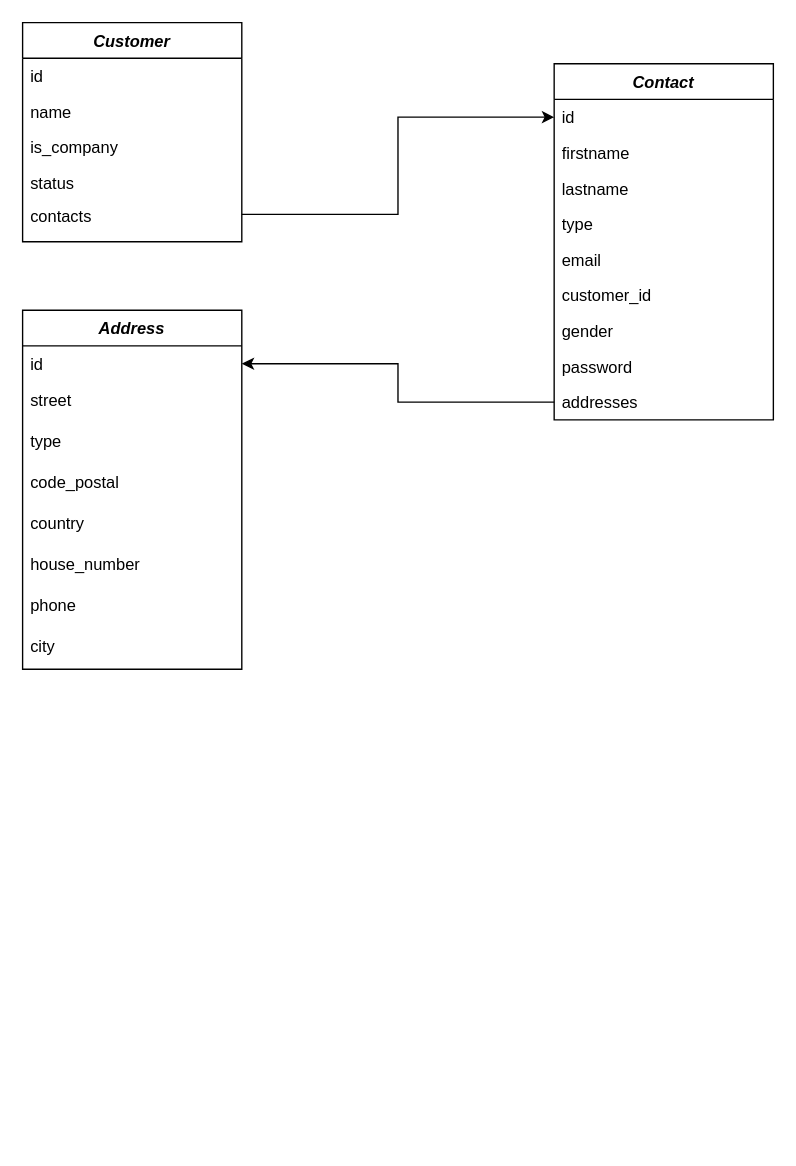
The draw.io diagram mini-crm.drawio in ylahssini/dx-blog, before the edit. Source tidied: cells renumbered, new cells numbered last; positions are measured from the earlier drawing's top-left corner, leaving out a move shared by most shapes. Both pictures are drawn from the tidied source at 137%, with x=0, y=0 at pixel (22, 22).
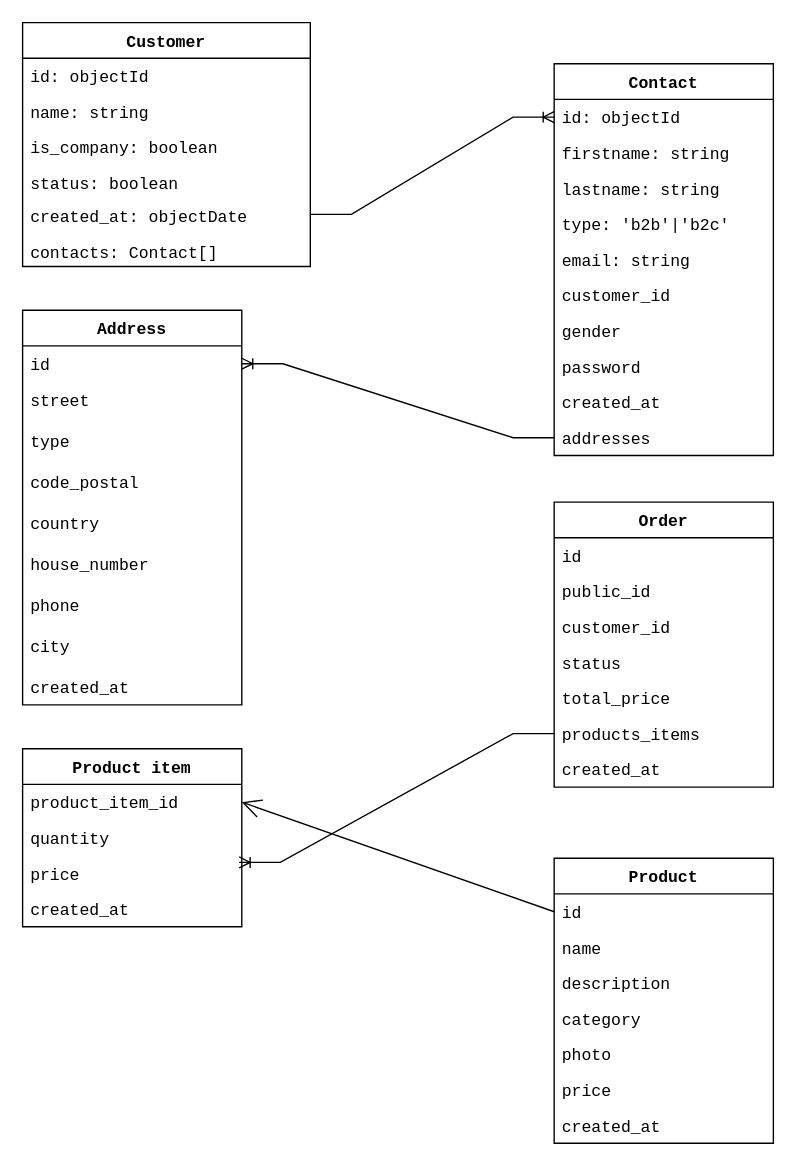
The same diagram, later.

Diff of the diagram source:
```diff
@@
-    <mxCell id="2" value="Customer" style="swimlane;fontStyle=3;align=center;verticalAlign=top;horizontal=1;startSize=26;rounded=0;shadow=0;strokeWidth=1;" parent="1" vertex="1">
-      <mxGeometry width="160" height="160" as="geometry" />
+    <mxCell id="2" value="Customer" style="swimlane;fontStyle=1;align=center;verticalAlign=top;horizontal=1;startSize=26;rounded=0;shadow=0;strokeWidth=1;fontFamily=Courier New;" parent="1" vertex="1">
+      <mxGeometry width="210" height="178" as="geometry" />
     </mxCell>
-    <mxCell id="3" value="id" style="text;align=left;verticalAlign=top;spacingLeft=4;spacingRight=4;overflow=hidden;" parent="2" vertex="1">
-      <mxGeometry y="26" width="160" height="26" as="geometry" />
+    <mxCell id="3" value="id: objectId" style="text;align=left;verticalAlign=top;spacingLeft=4;spacingRight=4;overflow=hidden;fontFamily=Courier New;" parent="2" vertex="1">
+      <mxGeometry y="26" width="210" height="26" as="geometry" />
     </mxCell>
-    <mxCell id="4" value="name" style="text;align=left;verticalAlign=top;spacingLeft=4;spacingRight=4;overflow=hidden;rounded=0;shadow=0;html=0;" parent="2" vertex="1">
-      <mxGeometry y="52" width="160" height="26" as="geometry" />
+    <mxCell id="4" value="name: string" style="text;align=left;verticalAlign=top;spacingLeft=4;spacingRight=4;overflow=hidden;rounded=0;shadow=0;html=0;fontFamily=Courier New;" parent="2" vertex="1">
+      <mxGeometry y="52" width="210" height="26" as="geometry" />
     </mxCell>
-    <mxCell id="5" value="is_company" style="text;align=left;verticalAlign=top;spacingLeft=4;spacingRight=4;overflow=hidden;rounded=0;shadow=0;html=0;" parent="2" vertex="1">
-      <mxGeometry y="78" width="160" height="26" as="geometry" />
+    <mxCell id="5" value="is_company: boolean" style="text;align=left;verticalAlign=top;spacingLeft=4;spacingRight=4;overflow=hidden;rounded=0;shadow=0;html=0;fontFamily=Courier New;" parent="2" vertex="1">
+      <mxGeometry y="78" width="210" height="26" as="geometry" />
     </mxCell>
-    <mxCell id="6" value="status" style="text;align=left;verticalAlign=top;spacingLeft=4;spacingRight=4;overflow=hidden;rounded=0;shadow=0;html=0;" parent="2" vertex="1">
-      <mxGeometry y="104" width="160" height="24" as="geometry" />
+    <mxCell id="6" value="status: boolean" style="text;align=left;verticalAlign=top;spacingLeft=4;spacingRight=4;overflow=hidden;rounded=0;shadow=0;html=0;fontFamily=Courier New;" parent="2" vertex="1">
+      <mxGeometry y="104" width="210" height="24" as="geometry" />
     </mxCell>
+    <mxCell id="29" value="created_at: objectDate" style="text;strokeColor=none;fillColor=none;align=left;verticalAlign=top;spacingLeft=4;spacingRight=4;overflow=hidden;fontFamily=Courier New;" parent="2" vertex="1">
+      <mxGeometry y="128" width="210" height="26" as="geometry" />
+    </mxCell>
-    <mxCell id="7" value="contacts" style="text;align=left;verticalAlign=top;spacingLeft=4;spacingRight=4;overflow=hidden;points=[[0,0.5],[1,0.5]];portConstraint=eastwest;rounded=0;shadow=0;html=0;" parent="2" vertex="1">
-      <mxGeometry y="128" width="160" height="24" as="geometry" />
+    <mxCell id="7" value="contacts: Contact[]" style="text;align=left;verticalAlign=top;spacingLeft=4;spacingRight=4;overflow=hidden;points=[[0,0.5],[1,0.5]];portConstraint=eastwest;rounded=0;shadow=0;html=0;fontFamily=Courier New;" parent="2" vertex="1">
+      <mxGeometry y="154" width="210" height="24" as="geometry" />
     </mxCell>
-    <mxCell id="8" value="Contact" style="swimlane;fontStyle=3;align=center;verticalAlign=top;horizontal=1;startSize=26;rounded=0;shadow=0;strokeWidth=1;" parent="1" vertex="1">
-      <mxGeometry x="388" y="30" width="160" height="260" as="geometry" />
+    <mxCell id="8" value="Contact" style="swimlane;fontStyle=1;align=center;verticalAlign=top;horizontal=1;startSize=26;rounded=0;shadow=0;strokeWidth=1;fontFamily=Courier New;" parent="1" vertex="1">
+      <mxGeometry x="388" y="30" width="160" height="286" as="geometry" />
     </mxCell>
-    <mxCell id="9" value="id" style="text;align=left;verticalAlign=top;spacingLeft=4;spacingRight=4;overflow=hidden;points=[[0,0.5],[1,0.5]];portConstraint=eastwest;" parent="8" vertex="1">
+    <mxCell id="9" value="id: objectId" style="text;align=left;verticalAlign=top;spacingLeft=4;spacingRight=4;overflow=hidden;points=[[0,0.5],[1,0.5]];portConstraint=eastwest;fontFamily=Courier New;" parent="8" vertex="1">
       <mxGeometry y="26" width="160" height="26" as="geometry" />
     </mxCell>
-    <mxCell id="10" value="firstname" style="text;align=left;verticalAlign=top;spacingLeft=4;spacingRight=4;overflow=hidden;" parent="8" vertex="1">
+    <mxCell id="10" value="firstname: string" style="text;align=left;verticalAlign=top;spacingLeft=4;spacingRight=4;overflow=hidden;fontFamily=Courier New;" parent="8" vertex="1">
       <mxGeometry y="52" width="160" height="26" as="geometry" />
     </mxCell>
-    <mxCell id="11" value="lastname" style="text;align=left;verticalAlign=top;spacingLeft=4;spacingRight=4;overflow=hidden;rounded=0;shadow=0;html=0;" parent="8" vertex="1">
+    <mxCell id="11" value="lastname: string" style="text;align=left;verticalAlign=top;spacingLeft=4;spacingRight=4;overflow=hidden;rounded=0;shadow=0;html=0;fontFamily=Courier New;" parent="8" vertex="1">
       <mxGeometry y="78" width="160" height="26" as="geometry" />
     </mxCell>
-    <mxCell id="12" value="type" style="text;align=left;verticalAlign=top;spacingLeft=4;spacingRight=4;overflow=hidden;rounded=0;shadow=0;html=0;" parent="8" vertex="1">
+    <mxCell id="12" value="type: 'b2b'|'b2c'" style="text;align=left;verticalAlign=top;spacingLeft=4;spacingRight=4;overflow=hidden;rounded=0;shadow=0;html=0;fontFamily=Courier New;" parent="8" vertex="1">
       <mxGeometry y="104" width="160" height="26" as="geometry" />
     </mxCell>
-    <mxCell id="13" value="email" style="text;align=left;verticalAlign=top;spacingLeft=4;spacingRight=4;overflow=hidden;rounded=0;shadow=0;html=0;" parent="8" vertex="1">
+    <mxCell id="13" value="email: string" style="text;align=left;verticalAlign=top;spacingLeft=4;spacingRight=4;overflow=hidden;rounded=0;shadow=0;html=0;fontFamily=Courier New;" parent="8" vertex="1">
       <mxGeometry y="130" width="160" height="26" as="geometry" />
     </mxCell>
-    <mxCell id="14" value="customer_id" style="text;align=left;verticalAlign=top;spacingLeft=4;spacingRight=4;overflow=hidden;rounded=0;shadow=0;html=0;" parent="8" vertex="1">
+    <mxCell id="14" value="customer_id" style="text;align=left;verticalAlign=top;spacingLeft=4;spacingRight=4;overflow=hidden;rounded=0;shadow=0;html=0;fontFamily=Courier New;" parent="8" vertex="1">
       <mxGeometry y="156" width="160" height="26" as="geometry" />
     </mxCell>
-    <mxCell id="15" value="gender" style="text;align=left;verticalAlign=top;spacingLeft=4;spacingRight=4;overflow=hidden;rounded=0;shadow=0;html=0;" parent="8" vertex="1">
+    <mxCell id="15" value="gender" style="text;align=left;verticalAlign=top;spacingLeft=4;spacingRight=4;overflow=hidden;rounded=0;shadow=0;html=0;fontFamily=Courier New;" parent="8" vertex="1">
       <mxGeometry y="182" width="160" height="26" as="geometry" />
     </mxCell>
-    <mxCell id="16" value="password" style="text;align=left;verticalAlign=top;spacingLeft=4;spacingRight=4;overflow=hidden;rounded=0;shadow=0;html=0;" parent="8" vertex="1">
+    <mxCell id="16" value="password" style="text;align=left;verticalAlign=top;spacingLeft=4;spacingRight=4;overflow=hidden;rounded=0;shadow=0;html=0;fontFamily=Courier New;" parent="8" vertex="1">
       <mxGeometry y="208" width="160" height="26" as="geometry" />
     </mxCell>
+    <mxCell id="30" value="created_at" style="text;strokeColor=none;fillColor=none;align=left;verticalAlign=top;spacingLeft=4;spacingRight=4;overflow=hidden;fontFamily=Courier New;" parent="8" vertex="1">
+      <mxGeometry y="234" width="160" height="26" as="geometry" />
+    </mxCell>
-    <mxCell id="17" value="addresses" style="text;align=left;verticalAlign=top;spacingLeft=4;spacingRight=4;overflow=hidden;points=[[0,0.5],[1,0.5]];portConstraint=eastwest;" parent="8" vertex="1">
-      <mxGeometry y="234" width="160" height="26" as="geometry" />
+    <mxCell id="17" value="addresses" style="text;align=left;verticalAlign=top;spacingLeft=4;spacingRight=4;overflow=hidden;points=[[0,0.5],[1,0.5]];portConstraint=eastwest;fontFamily=Courier New;" parent="8" vertex="1">
+      <mxGeometry y="260" width="160" height="26" as="geometry" />
     </mxCell>
-    <mxCell id="18" value="Address" style="swimlane;fontStyle=3;align=center;verticalAlign=top;horizontal=1;startSize=26;" parent="1" vertex="1">
-      <mxGeometry y="210" width="160" height="262" as="geometry" />
+    <mxCell id="18" value="Address" style="swimlane;fontStyle=1;align=center;verticalAlign=top;horizontal=1;startSize=26;fontFamily=Courier New;" parent="1" vertex="1">
+      <mxGeometry y="210" width="160" height="288" as="geometry" />
     </mxCell>
-    <mxCell id="19" value="id" style="text;strokeColor=none;fillColor=none;align=left;verticalAlign=top;spacingLeft=4;spacingRight=4;overflow=hidden;points=[[0,0.5],[1,0.5]];portConstraint=eastwest;" parent="18" vertex="1">
+    <mxCell id="19" value="id" style="text;strokeColor=none;fillColor=none;align=left;verticalAlign=top;spacingLeft=4;spacingRight=4;overflow=hidden;points=[[0,0.5],[1,0.5]];portConstraint=eastwest;fontFamily=Courier New;" parent="18" vertex="1">
       <mxGeometry y="26" width="160" height="26" as="geometry" />
     </mxCell>
-    <mxCell id="20" value="street" style="text;strokeColor=none;fillColor=none;align=left;verticalAlign=top;spacingLeft=4;spacingRight=4;overflow=hidden;" parent="18" vertex="1">
+    <mxCell id="20" value="street" style="text;strokeColor=none;fillColor=none;align=left;verticalAlign=top;spacingLeft=4;spacingRight=4;overflow=hidden;fontFamily=Courier New;" parent="18" vertex="1">
       <mxGeometry y="52" width="160" height="30" as="geometry" />
     </mxCell>
-    <mxCell id="21" value="type" style="text;strokeColor=none;fillColor=none;align=left;verticalAlign=top;spacingLeft=4;spacingRight=4;overflow=hidden;" parent="18" vertex="1">
+    <mxCell id="21" value="type" style="text;strokeColor=none;fillColor=none;align=left;verticalAlign=top;spacingLeft=4;spacingRight=4;overflow=hidden;fontFamily=Courier New;" parent="18" vertex="1">
       <mxGeometry y="82" width="160" height="30" as="geometry" />
     </mxCell>
-    <mxCell id="22" value="code_postal" style="text;strokeColor=none;fillColor=none;align=left;verticalAlign=top;spacingLeft=4;spacingRight=4;overflow=hidden;" parent="18" vertex="1">
+    <mxCell id="22" value="code_postal" style="text;strokeColor=none;fillColor=none;align=left;verticalAlign=top;spacingLeft=4;spacingRight=4;overflow=hidden;fontFamily=Courier New;" parent="18" vertex="1">
       <mxGeometry y="112" width="160" height="30" as="geometry" />
     </mxCell>
-    <mxCell id="23" value="country" style="text;strokeColor=none;fillColor=none;align=left;verticalAlign=top;spacingLeft=4;spacingRight=4;overflow=hidden;" parent="18" vertex="1">
+    <mxCell id="23" value="country" style="text;strokeColor=none;fillColor=none;align=left;verticalAlign=top;spacingLeft=4;spacingRight=4;overflow=hidden;fontFamily=Courier New;" parent="18" vertex="1">
       <mxGeometry y="142" width="160" height="30" as="geometry" />
     </mxCell>
-    <mxCell id="24" value="house_number" style="text;strokeColor=none;fillColor=none;align=left;verticalAlign=top;spacingLeft=4;spacingRight=4;overflow=hidden;" parent="18" vertex="1">
+    <mxCell id="24" value="house_number" style="text;strokeColor=none;fillColor=none;align=left;verticalAlign=top;spacingLeft=4;spacingRight=4;overflow=hidden;fontFamily=Courier New;" parent="18" vertex="1">
       <mxGeometry y="172" width="160" height="30" as="geometry" />
     </mxCell>
-    <mxCell id="25" value="phone" style="text;strokeColor=none;fillColor=none;align=left;verticalAlign=top;spacingLeft=4;spacingRight=4;overflow=hidden;" parent="18" vertex="1">
+    <mxCell id="25" value="phone" style="text;strokeColor=none;fillColor=none;align=left;verticalAlign=top;spacingLeft=4;spacingRight=4;overflow=hidden;fontFamily=Courier New;" parent="18" vertex="1">
       <mxGeometry y="202" width="160" height="30" as="geometry" />
     </mxCell>
-    <mxCell id="26" value="city" style="text;strokeColor=none;fillColor=none;align=left;verticalAlign=top;spacingLeft=4;spacingRight=4;overflow=hidden;" parent="18" vertex="1">
+    <mxCell id="26" value="city" style="text;strokeColor=none;fillColor=none;align=left;verticalAlign=top;spacingLeft=4;spacingRight=4;overflow=hidden;fontFamily=Courier New;" parent="18" vertex="1">
       <mxGeometry y="232" width="160" height="30" as="geometry" />
     </mxCell>
+    <mxCell id="31" value="created_at" style="text;strokeColor=none;fillColor=none;align=left;verticalAlign=top;spacingLeft=4;spacingRight=4;overflow=hidden;fontFamily=Courier New;" parent="18" vertex="1">
+      <mxGeometry y="262" width="160" height="26" as="geometry" />
+    </mxCell>
+    <mxCell id="32" style="edgeStyle=entityRelationEdgeStyle;fontSize=12;html=1;endArrow=ERoneToMany;rounded=0;entryX=0;entryY=0.5;entryDx=0;entryDy=0;fontFamily=Courier New;" parent="1" edge="1" target="9">
+      <mxGeometry relative="1" as="geometry">
+        <mxPoint x="210" y="140" as="sourcePoint" />
+      </mxGeometry>
+    </mxCell>
-    <mxCell id="27" style="edgeStyle=orthogonalEdgeStyle;rounded=0;jettySize=auto;html=1;entryX=1;entryY=0.5;entryDx=0;entryDy=0;" parent="1" edge="1" source="17" target="19">
+    <mxCell id="27" style="edgeStyle=entityRelationEdgeStyle;fontSize=12;html=1;endArrow=ERoneToMany;rounded=0;exitX=0;exitY=0.5;exitDx=0;exitDy=0;entryX=1;entryY=0.5;entryDx=0;entryDy=0;fontFamily=Courier New;" parent="1" edge="1" source="17" target="19">
       <mxGeometry relative="1" as="geometry" />
     </mxCell>
-    <mxCell id="28" style="edgeStyle=orthogonalEdgeStyle;rounded=0;jettySize=auto;html=1;entryX=0;entryY=0.5;entryDx=0;entryDy=0;" parent="1" edge="1" source="7" target="9">
-      <mxGeometry relative="1" as="geometry" />
-    </mxCell>
+    <mxCell id="33" value="Product" style="swimlane;fontStyle=1;horizontal=1;startSize=26;fillColor=none;fontFamily=Courier New;" parent="1" vertex="1">
+      <mxGeometry x="388" y="610" width="160" height="208" as="geometry" />
+    </mxCell>
+    <mxCell id="34" value="id" style="text;strokeColor=none;fillColor=none;align=left;verticalAlign=top;spacingLeft=4;spacingRight=4;overflow=hidden;points=[[0,0.5],[1,0.5]];portConstraint=eastwest;fontFamily=Courier New;" parent="33" vertex="1">
+      <mxGeometry y="26" width="160" height="26" as="geometry" />
+    </mxCell>
+    <mxCell id="35" value="name" style="text;strokeColor=none;fillColor=none;align=left;verticalAlign=top;spacingLeft=4;spacingRight=4;overflow=hidden;fontFamily=Courier New;" parent="33" vertex="1">
+      <mxGeometry y="52" width="160" height="26" as="geometry" />
+    </mxCell>
+    <mxCell id="36" value="description" style="text;strokeColor=none;fillColor=none;align=left;verticalAlign=top;spacingLeft=4;spacingRight=4;overflow=hidden;fontFamily=Courier New;" parent="33" vertex="1">
+      <mxGeometry y="78" width="160" height="26" as="geometry" />
+    </mxCell>
+    <mxCell id="37" value="category" style="text;strokeColor=none;fillColor=none;align=left;verticalAlign=top;spacingLeft=4;spacingRight=4;overflow=hidden;fontFamily=Courier New;" parent="33" vertex="1">
+      <mxGeometry y="104" width="160" height="26" as="geometry" />
+    </mxCell>
+    <mxCell id="38" value="photo" style="text;strokeColor=none;fillColor=none;align=left;verticalAlign=top;spacingLeft=4;spacingRight=4;overflow=hidden;fontFamily=Courier New;" parent="33" vertex="1">
+      <mxGeometry y="130" width="160" height="26" as="geometry" />
+    </mxCell>
+    <mxCell id="39" value="price" style="text;strokeColor=none;fillColor=none;align=left;verticalAlign=top;spacingLeft=4;spacingRight=4;overflow=hidden;fontFamily=Courier New;" parent="33" vertex="1">
+      <mxGeometry y="156" width="160" height="26" as="geometry" />
+    </mxCell>
+    <mxCell id="40" value="created_at" style="text;strokeColor=none;fillColor=none;align=left;verticalAlign=top;spacingLeft=4;spacingRight=4;overflow=hidden;fontFamily=Courier New;" parent="33" vertex="1">
+      <mxGeometry y="182" width="160" height="26" as="geometry" />
+    </mxCell>
+    <mxCell id="41" value="Order" style="swimlane;fontStyle=1;horizontal=1;startSize=26;fillColor=none;fontFamily=Courier New;" parent="1" vertex="1">
+      <mxGeometry x="388" y="350" width="160" height="208" as="geometry" />
+    </mxCell>
+    <mxCell id="42" value="id" style="text;strokeColor=none;fillColor=none;align=left;verticalAlign=top;spacingLeft=4;spacingRight=4;overflow=hidden;fontFamily=Courier New;" parent="41" vertex="1">
+      <mxGeometry y="26" width="160" height="26" as="geometry" />
+    </mxCell>
+    <mxCell id="43" value="public_id" style="text;strokeColor=none;fillColor=none;align=left;verticalAlign=top;spacingLeft=4;spacingRight=4;overflow=hidden;fontFamily=Courier New;" parent="41" vertex="1">
+      <mxGeometry y="52" width="160" height="26" as="geometry" />
+    </mxCell>
+    <mxCell id="44" value="customer_id" style="text;strokeColor=none;fillColor=none;align=left;verticalAlign=top;spacingLeft=4;spacingRight=4;overflow=hidden;fontFamily=Courier New;" parent="41" vertex="1">
+      <mxGeometry y="78" width="160" height="26" as="geometry" />
+    </mxCell>
+    <mxCell id="45" value="status" style="text;strokeColor=none;fillColor=none;align=left;verticalAlign=top;spacingLeft=4;spacingRight=4;overflow=hidden;fontFamily=Courier New;" parent="41" vertex="1">
+      <mxGeometry y="104" width="160" height="26" as="geometry" />
+    </mxCell>
+    <mxCell id="46" value="total_price" style="text;strokeColor=none;fillColor=none;align=left;verticalAlign=top;spacingLeft=4;spacingRight=4;overflow=hidden;fontFamily=Courier New;" parent="41" vertex="1">
+      <mxGeometry y="130" width="160" height="26" as="geometry" />
+    </mxCell>
+    <mxCell id="47" value="products_items" style="text;strokeColor=none;fillColor=none;align=left;verticalAlign=top;spacingLeft=4;spacingRight=4;overflow=hidden;points=[[0,0.5],[1,0.5]];portConstraint=eastwest;fontFamily=Courier New;" parent="41" vertex="1">
+      <mxGeometry y="156" width="160" height="26" as="geometry" />
+    </mxCell>
+    <mxCell id="48" value="created_at" style="text;strokeColor=none;fillColor=none;align=left;verticalAlign=top;spacingLeft=4;spacingRight=4;overflow=hidden;fontFamily=Courier New;" parent="41" vertex="1">
+      <mxGeometry y="182" width="160" height="26" as="geometry" />
+    </mxCell>
+    <mxCell id="49" style="edgeStyle=entityRelationEdgeStyle;fontSize=12;html=1;endArrow=ERoneToMany;rounded=0;entryX=0.988;entryY=1.192;entryDx=0;entryDy=0;exitX=0;exitY=0.5;exitDx=0;exitDy=0;entryPerimeter=0;fontFamily=Courier New;" parent="1" edge="1" source="47" target="52">
+      <mxGeometry relative="1" as="geometry" />
+    </mxCell>
+    <mxCell id="50" value="Product item" style="swimlane;fontStyle=1;horizontal=1;startSize=26;fillColor=none;fontFamily=Courier New;" parent="1" vertex="1">
+      <mxGeometry y="530" width="160" height="130" as="geometry" />
+    </mxCell>
+    <mxCell id="51" value="product_item_id" style="text;strokeColor=none;fillColor=none;align=left;verticalAlign=top;spacingLeft=4;spacingRight=4;overflow=hidden;points=[[0,0.5],[1,0.5]];portConstraint=eastwest;fontFamily=Courier New;" parent="50" vertex="1">
+      <mxGeometry y="26" width="160" height="26" as="geometry" />
+    </mxCell>
+    <mxCell id="52" value="quantity" style="text;strokeColor=none;fillColor=none;align=left;verticalAlign=top;spacingLeft=4;spacingRight=4;overflow=hidden;points=[[0,0.5],[1,0.5]];portConstraint=eastwest;fontFamily=Courier New;" parent="50" vertex="1">
+      <mxGeometry y="52" width="160" height="26" as="geometry" />
+    </mxCell>
+    <mxCell id="53" value="price" style="text;strokeColor=none;fillColor=none;align=left;verticalAlign=top;spacingLeft=4;spacingRight=4;overflow=hidden;fontFamily=Courier New;" parent="50" vertex="1">
+      <mxGeometry y="78" width="160" height="26" as="geometry" />
+    </mxCell>
+    <mxCell id="54" value="created_at" style="text;strokeColor=none;fillColor=none;align=left;verticalAlign=top;spacingLeft=4;spacingRight=4;overflow=hidden;fontFamily=Courier New;" parent="50" vertex="1">
+      <mxGeometry y="104" width="160" height="26" as="geometry" />
+    </mxCell>
+    <mxCell id="55" style="endArrow=open;endFill=1;endSize=12;html=1;rounded=0;exitX=0;exitY=0.5;exitDx=0;exitDy=0;entryX=1;entryY=0.5;entryDx=0;entryDy=0;fontFamily=Courier New;" parent="1" edge="1" source="34" target="51">
+      <mxGeometry relative="1" as="geometry" />
+    </mxCell>
```
